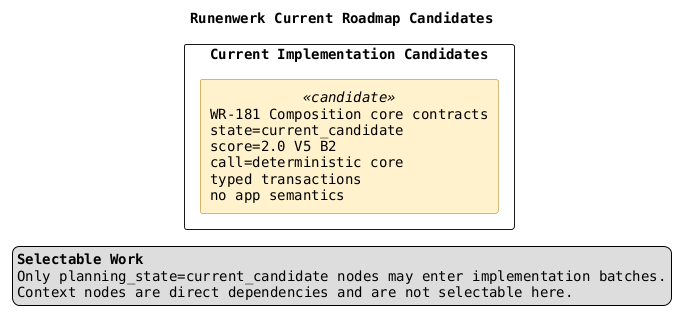
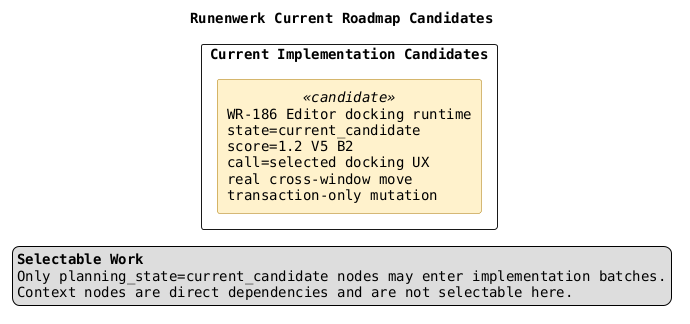
@startuml
title Runenwerk Current Roadmap Candidates

top to bottom direction
skinparam componentStyle rectangle
skinparam shadowing false
skinparam packageStyle rectangle
skinparam defaultFontName Monospaced

skinparam component {
  BackgroundColor<<candidate>> #FFF2CC
  BorderColor<<candidate>> #AA7700
  BackgroundColor<<context>> #EEEEEE
  BorderColor<<context>> #666666
  FontColor<<context>> #666666
}

legend right
  <b>Selectable Work</b>
  Only planning_state=current_candidate nodes may enter implementation batches.
  Context nodes are direct dependencies and are not selectable here.
endlegend

package "Current Implementation Candidates" {
-   component "WR-181 Composition core contracts\nstate=current_candidate\nscore=2.0 V5 B2\ncall=deterministic core\ntyped transactions\nno app semantics" as UICOMP02 <<candidate>>
+   component "WR-186 Editor docking runtime\nstate=current_candidate\nscore=1.2 V5 B2\ncall=selected docking UX\nreal cross-window move\ntransaction-only mutation" as UICOMP07 <<candidate>>

}


@enduml
